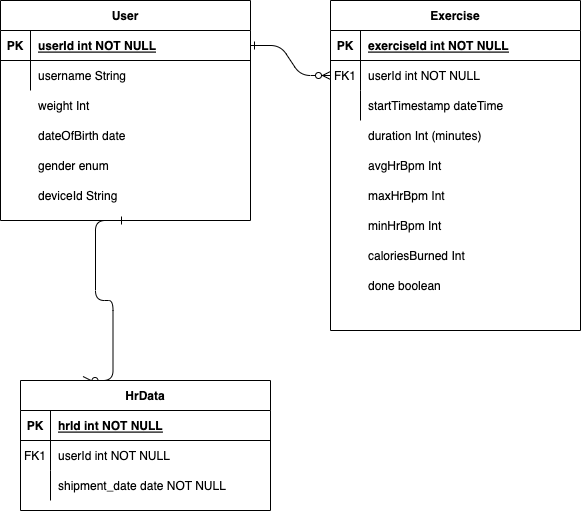
Before: my-thesis/diagrams/ham-entity.drawio.png, a diagram exported from draw.io (ba-nhermanto/thesis). Source tidied: cells renumbered, new cells last; positions are measured from the earlier drawing's top-left corner, leaving out a move shared by most shapes. The source it was exported from:
```xml
<mxGraphModel>
  <root>
    <mxCell id="0" />
    <mxCell id="1" parent="0" />
    <mxCell id="2" style="edgeStyle=entityRelationEdgeStyle;endArrow=ERzeroToMany;startArrow=ERone;endFill=1;startFill=0;" parent="1" edge="1" source="25" target="8">
      <mxGeometry relative="1" as="geometry" />
    </mxCell>
    <mxCell id="3" style="edgeStyle=entityRelationEdgeStyle;endArrow=ERzeroToMany;startArrow=ERone;endFill=1;startFill=0;exitX=0.5;exitY=1;exitDx=0;exitDy=0;entryX=0.25;entryY=0;entryDx=0;entryDy=0;" parent="1" edge="1" source="24" target="14">
      <mxGeometry relative="1" as="geometry" />
    </mxCell>
    <mxCell id="4" value="Exercise" style="shape=table;startSize=30;rowLines=0;fontStyle=1;align=center;" parent="1" vertex="1">
      <mxGeometry x="330" width="250" height="330" as="geometry" />
    </mxCell>
    <mxCell id="5" style="shape=partialRectangle;fillColor=none;top=0;left=0;right=0;bottom=1;" parent="4" vertex="1">
      <mxGeometry y="30" width="250" height="30" as="geometry" />
    </mxCell>
    <mxCell id="6" value="PK" style="shape=partialRectangle;overflow=hidden;fillColor=none;top=0;left=0;bottom=0;right=0;fontStyle=1;" parent="5" vertex="1">
      <mxGeometry width="30" height="30" as="geometry" />
    </mxCell>
    <mxCell id="7" value="exerciseId int NOT NULL " style="shape=partialRectangle;overflow=hidden;fillColor=none;top=0;left=0;bottom=0;right=0;align=left;spacingLeft=6;fontStyle=5;" parent="5" vertex="1">
      <mxGeometry x="30" width="220" height="30" as="geometry" />
    </mxCell>
    <mxCell id="8" style="shape=partialRectangle;fillColor=none;points=[[0,0.5],[1,0.5]];portConstraint=eastwest;top=0;left=0;right=0;bottom=0;" parent="4" vertex="1">
      <mxGeometry y="60" width="250" height="30" as="geometry" />
    </mxCell>
    <mxCell id="9" value="FK1" style="shape=partialRectangle;overflow=hidden;fillColor=none;top=0;left=0;bottom=0;right=0;" parent="8" vertex="1">
      <mxGeometry width="30" height="30" as="geometry" />
    </mxCell>
    <mxCell id="10" value="userId int NOT NULL" style="shape=partialRectangle;overflow=hidden;fillColor=none;top=0;left=0;bottom=0;right=0;align=left;spacingLeft=6;" parent="8" vertex="1">
      <mxGeometry x="30" width="220" height="30" as="geometry" />
    </mxCell>
    <mxCell id="11" style="shape=partialRectangle;fillColor=none;top=0;left=0;right=0;bottom=0;" parent="4" vertex="1">
      <mxGeometry y="90" width="250" height="30" as="geometry" />
    </mxCell>
    <mxCell id="12" style="shape=partialRectangle;overflow=hidden;fillColor=none;top=0;left=0;bottom=0;right=0;" parent="11" vertex="1">
      <mxGeometry width="30" height="30" as="geometry" />
    </mxCell>
    <mxCell id="13" value="startTimestamp dateTime" style="shape=partialRectangle;overflow=hidden;fillColor=none;top=0;left=0;bottom=0;right=0;align=left;spacingLeft=6;" parent="11" vertex="1">
      <mxGeometry x="30" width="220" height="30" as="geometry" />
    </mxCell>
    <mxCell id="14" value="HrData" style="shape=table;startSize=30;rowLines=0;fontStyle=1;align=center;" parent="1" vertex="1">
      <mxGeometry x="20" y="380" width="250" height="130" as="geometry" />
    </mxCell>
    <mxCell id="15" style="shape=partialRectangle;fillColor=none;top=0;left=0;right=0;bottom=1;" parent="14" vertex="1">
      <mxGeometry y="30" width="250" height="30" as="geometry" />
    </mxCell>
    <mxCell id="16" value="PK" style="shape=partialRectangle;overflow=hidden;fillColor=none;top=0;left=0;bottom=0;right=0;fontStyle=1;" parent="15" vertex="1">
      <mxGeometry width="30" height="30" as="geometry" />
    </mxCell>
    <mxCell id="17" value="hrId int NOT NULL " style="shape=partialRectangle;overflow=hidden;fillColor=none;top=0;left=0;bottom=0;right=0;align=left;spacingLeft=6;fontStyle=5;" parent="15" vertex="1">
      <mxGeometry x="30" width="220" height="30" as="geometry" />
    </mxCell>
    <mxCell id="18" style="shape=partialRectangle;fillColor=none;top=0;left=0;right=0;bottom=0;" parent="14" vertex="1">
      <mxGeometry y="60" width="250" height="30" as="geometry" />
    </mxCell>
    <mxCell id="19" value="FK1" style="shape=partialRectangle;overflow=hidden;fillColor=none;top=0;left=0;bottom=0;right=0;" parent="18" vertex="1">
      <mxGeometry width="30" height="30" as="geometry" />
    </mxCell>
    <mxCell id="20" value="userId int NOT NULL" style="shape=partialRectangle;overflow=hidden;fillColor=none;top=0;left=0;bottom=0;right=0;align=left;spacingLeft=6;" parent="18" vertex="1">
      <mxGeometry x="30" width="220" height="30" as="geometry" />
    </mxCell>
    <mxCell id="21" style="shape=partialRectangle;fillColor=none;top=0;left=0;right=0;bottom=0;" parent="14" vertex="1">
      <mxGeometry y="90" width="250" height="30" as="geometry" />
    </mxCell>
    <mxCell id="22" style="shape=partialRectangle;overflow=hidden;fillColor=none;top=0;left=0;bottom=0;right=0;" parent="21" vertex="1">
      <mxGeometry width="30" height="30" as="geometry" />
    </mxCell>
    <mxCell id="23" value="shipment_date date NOT NULL" style="shape=partialRectangle;overflow=hidden;fillColor=none;top=0;left=0;bottom=0;right=0;align=left;spacingLeft=6;" parent="21" vertex="1">
      <mxGeometry x="30" width="220" height="30" as="geometry" />
    </mxCell>
    <mxCell id="24" value="User" style="shape=table;startSize=30;rowLines=0;fontStyle=1;align=center;" parent="1" vertex="1">
      <mxGeometry width="250" height="220" as="geometry" />
    </mxCell>
    <mxCell id="25" style="shape=partialRectangle;fillColor=none;points=[[0,0.5],[1,0.5]];portConstraint=eastwest;top=0;left=0;right=0;bottom=1;" parent="24" vertex="1">
      <mxGeometry y="30" width="250" height="30" as="geometry" />
    </mxCell>
    <mxCell id="26" value="PK" style="shape=partialRectangle;overflow=hidden;fillColor=none;top=0;left=0;bottom=0;right=0;fontStyle=1;" parent="25" vertex="1">
      <mxGeometry width="30" height="30" as="geometry" />
    </mxCell>
    <mxCell id="27" value="userId int NOT NULL " style="shape=partialRectangle;overflow=hidden;fillColor=none;top=0;left=0;bottom=0;right=0;align=left;spacingLeft=6;fontStyle=5;" parent="25" vertex="1">
      <mxGeometry x="30" width="220" height="30" as="geometry" />
    </mxCell>
    <mxCell id="28" style="shape=partialRectangle;fillColor=none;top=0;left=0;right=0;bottom=0;" parent="24" vertex="1">
      <mxGeometry y="60" width="250" height="30" as="geometry" />
    </mxCell>
    <mxCell id="29" style="shape=partialRectangle;overflow=hidden;fillColor=none;top=0;left=0;bottom=0;right=0;" parent="28" vertex="1">
      <mxGeometry width="30" height="30" as="geometry" />
    </mxCell>
    <mxCell id="30" value="username String" style="shape=partialRectangle;overflow=hidden;fillColor=none;top=0;left=0;bottom=0;right=0;align=left;spacingLeft=6;" parent="28" vertex="1">
      <mxGeometry x="30" width="220" height="30" as="geometry" />
    </mxCell>
    <mxCell id="31" value="weight Int" style="shape=partialRectangle;overflow=hidden;fillColor=none;top=0;left=0;bottom=0;right=0;align=left;spacingLeft=6;" parent="1" vertex="1">
      <mxGeometry x="30" y="90" width="220" height="30" as="geometry" />
    </mxCell>
    <mxCell id="32" value="dateOfBirth date" style="shape=partialRectangle;overflow=hidden;fillColor=none;top=0;left=0;bottom=0;right=0;align=left;spacingLeft=6;" parent="1" vertex="1">
      <mxGeometry x="30" y="120" width="220" height="30" as="geometry" />
    </mxCell>
    <mxCell id="33" value="gender enum" style="shape=partialRectangle;overflow=hidden;fillColor=none;top=0;left=0;bottom=0;right=0;align=left;spacingLeft=6;" parent="1" vertex="1">
      <mxGeometry x="30" y="150" width="220" height="30" as="geometry" />
    </mxCell>
    <mxCell id="34" value="deviceId String" style="shape=partialRectangle;overflow=hidden;fillColor=none;top=0;left=0;bottom=0;right=0;align=left;spacingLeft=6;" parent="1" vertex="1">
      <mxGeometry x="30" y="180" width="220" height="30" as="geometry" />
    </mxCell>
    <mxCell id="35" value="duration Int (minutes)" style="shape=partialRectangle;overflow=hidden;fillColor=none;top=0;left=0;bottom=0;right=0;align=left;spacingLeft=6;" parent="1" vertex="1">
      <mxGeometry x="360" y="120" width="220" height="30" as="geometry" />
    </mxCell>
    <mxCell id="36" value="avgHrBpm Int" style="shape=partialRectangle;overflow=hidden;fillColor=none;top=0;left=0;bottom=0;right=0;align=left;spacingLeft=6;" parent="1" vertex="1">
      <mxGeometry x="360" y="150" width="220" height="30" as="geometry" />
    </mxCell>
    <mxCell id="37" value="maxHrBpm Int" style="shape=partialRectangle;overflow=hidden;fillColor=none;top=0;left=0;bottom=0;right=0;align=left;spacingLeft=6;" parent="1" vertex="1">
      <mxGeometry x="360" y="180" width="220" height="30" as="geometry" />
    </mxCell>
    <mxCell id="38" value="minHrBpm Int" style="shape=partialRectangle;overflow=hidden;fillColor=none;top=0;left=0;bottom=0;right=0;align=left;spacingLeft=6;" parent="1" vertex="1">
      <mxGeometry x="360" y="210" width="220" height="30" as="geometry" />
    </mxCell>
    <mxCell id="39" value="caloriesBurned Int" style="shape=partialRectangle;overflow=hidden;fillColor=none;top=0;left=0;bottom=0;right=0;align=left;spacingLeft=6;" parent="1" vertex="1">
      <mxGeometry x="360" y="240" width="220" height="30" as="geometry" />
    </mxCell>
    <mxCell id="40" value="done boolean" style="shape=partialRectangle;overflow=hidden;fillColor=none;top=0;left=0;bottom=0;right=0;align=left;spacingLeft=6;" parent="1" vertex="1">
      <mxGeometry x="360" y="270" width="220" height="30" as="geometry" />
    </mxCell>
  </root>
</mxGraphModel>
```
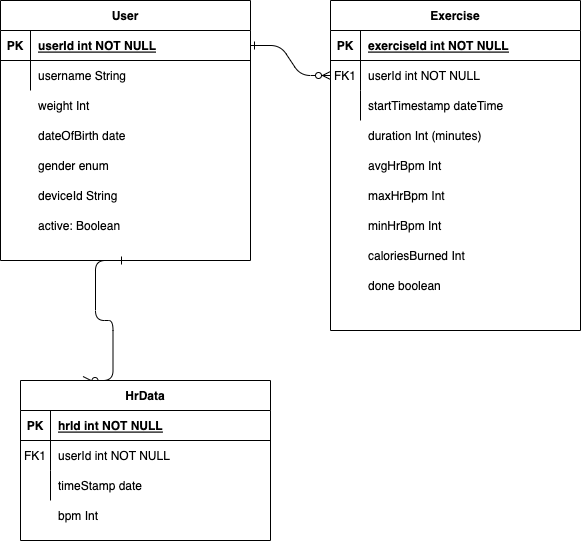
After the commit.

Change to the diagram source:
```diff
@@ -39,7 +39,7 @@
       <mxGeometry x="30" width="220" height="30" as="geometry" />
     </mxCell>
     <mxCell id="14" value="HrData" style="shape=table;startSize=30;rowLines=0;fontStyle=1;align=center;" parent="1" vertex="1">
-      <mxGeometry x="20" y="380" width="250" height="130" as="geometry" />
+      <mxGeometry x="20" y="380" width="250" height="160" as="geometry" />
     </mxCell>
     <mxCell id="15" style="shape=partialRectangle;fillColor=none;top=0;left=0;right=0;bottom=1;" parent="14" vertex="1">
       <mxGeometry y="30" width="250" height="30" as="geometry" />
@@ -65,11 +65,11 @@
     <mxCell id="22" style="shape=partialRectangle;overflow=hidden;fillColor=none;top=0;left=0;bottom=0;right=0;" parent="21" vertex="1">
       <mxGeometry width="30" height="30" as="geometry" />
     </mxCell>
-    <mxCell id="23" value="shipment_date date NOT NULL" style="shape=partialRectangle;overflow=hidden;fillColor=none;top=0;left=0;bottom=0;right=0;align=left;spacingLeft=6;" parent="21" vertex="1">
+    <mxCell id="23" value="timeStamp date" style="shape=partialRectangle;overflow=hidden;fillColor=none;top=0;left=0;bottom=0;right=0;align=left;spacingLeft=6;" parent="21" vertex="1">
       <mxGeometry x="30" width="220" height="30" as="geometry" />
     </mxCell>
     <mxCell id="24" value="User" style="shape=table;startSize=30;rowLines=0;fontStyle=1;align=center;" parent="1" vertex="1">
-      <mxGeometry width="250" height="220" as="geometry" />
+      <mxGeometry width="250" height="260" as="geometry" />
     </mxCell>
     <mxCell id="25" style="shape=partialRectangle;fillColor=none;points=[[0,0.5],[1,0.5]];portConstraint=eastwest;top=0;left=0;right=0;bottom=1;" parent="24" vertex="1">
       <mxGeometry y="30" width="250" height="30" as="geometry" />
@@ -119,5 +119,20 @@
     <mxCell id="40" value="done boolean" style="shape=partialRectangle;overflow=hidden;fillColor=none;top=0;left=0;bottom=0;right=0;align=left;spacingLeft=6;" parent="1" vertex="1">
       <mxGeometry x="360" y="270" width="220" height="30" as="geometry" />
     </mxCell>
+    <mxCell id="41" value="active: Boolean" style="shape=partialRectangle;overflow=hidden;fillColor=none;top=0;left=0;bottom=0;right=0;align=left;spacingLeft=6;" parent="1" vertex="1">
+      <mxGeometry x="30" y="210" width="220" height="30" as="geometry" />
+    </mxCell>
+    <mxCell id="42" style="shape=partialRectangle;fillColor=none;top=0;left=0;right=0;bottom=0;" parent="1" vertex="1">
+      <mxGeometry x="20" y="500" width="250" height="30" as="geometry" />
+    </mxCell>
+    <mxCell id="43" style="shape=partialRectangle;overflow=hidden;fillColor=none;top=0;left=0;bottom=0;right=0;" parent="42" vertex="1">
+      <mxGeometry width="30" height="30" as="geometry" />
+    </mxCell>
+    <mxCell id="44" value="bpm Int" style="shape=partialRectangle;overflow=hidden;fillColor=none;top=0;left=0;bottom=0;right=0;align=left;spacingLeft=6;" parent="42" vertex="1">
+      <mxGeometry x="30" width="220" height="30" as="geometry" />
+    </mxCell>
+    <mxCell id="45" style="shape=partialRectangle;overflow=hidden;fillColor=none;top=0;left=0;bottom=0;right=0;" parent="1" vertex="1">
+      <mxGeometry x="330" y="125" width="30" height="30" as="geometry" />
+    </mxCell>
   </root>
 </mxGraphModel>
```
